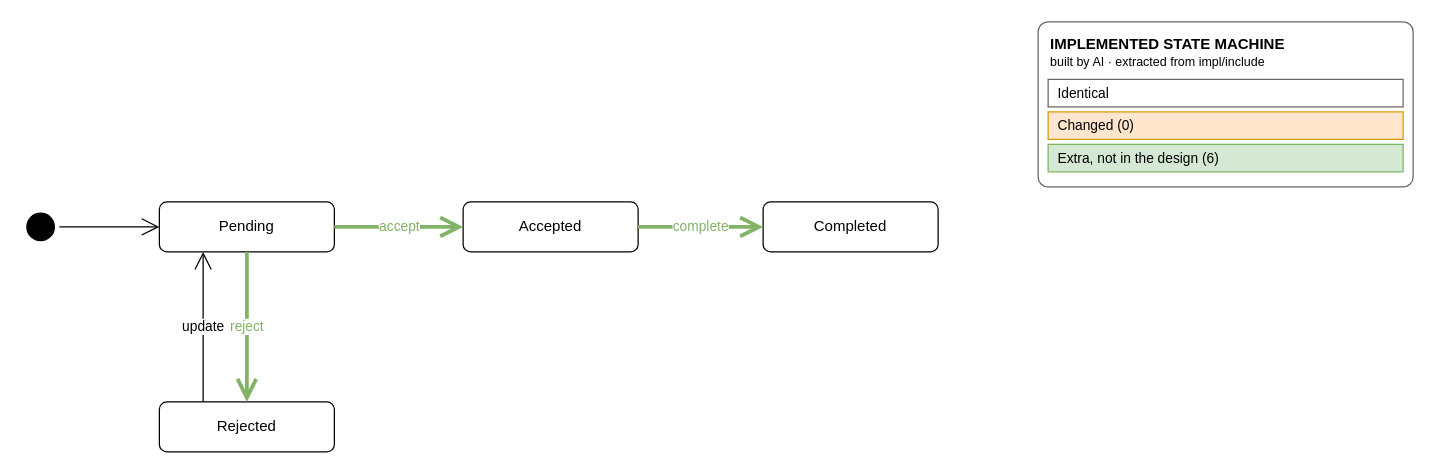
This is page "2 - Implemented (AI)" (2 of 2) of project/diagrams/output/state-request-comparison.drawio from Hoglar/specDrivenDev, a draw.io file, before an edit. Source tidied: cells renumbered, new cells numbered last; positions are measured from the earlier drawing's top-left corner, leaving out a move shared by most shapes. Both pictures are drawn from the tidied source at 125%, with x=0, y=0 at pixel (21, 21).
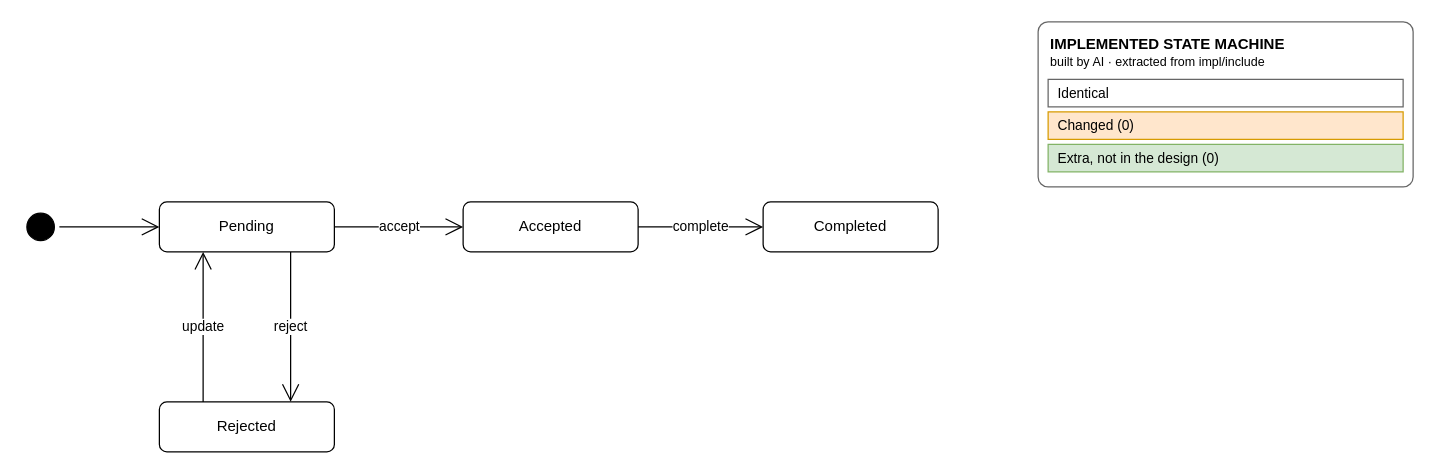
The same page after the edit.

Change to the diagram source:
```diff
@@
 <mxGraphModel>
   <root>
     <mxCell id="0" />
     <mxCell id="1" parent="0" />
     <mxCell id="2" value="Pending" style="rounded=1;whiteSpace=wrap;html=1;" parent="1" vertex="1">
       <mxGeometry x="110" y="144" width="140" height="40" as="geometry" />
     </mxCell>
     <mxCell id="3" value="Rejected" style="rounded=1;whiteSpace=wrap;html=1;" parent="1" vertex="1">
       <mxGeometry x="110" y="304" width="140" height="40" as="geometry" />
     </mxCell>
     <mxCell id="4" value="Accepted" style="rounded=1;whiteSpace=wrap;html=1;" parent="1" vertex="1">
       <mxGeometry x="353" y="144" width="140" height="40" as="geometry" />
     </mxCell>
     <mxCell id="5" value="Completed" style="rounded=1;whiteSpace=wrap;html=1;" parent="1" vertex="1">
       <mxGeometry x="593" y="144" width="140" height="40" as="geometry" />
     </mxCell>
     <mxCell id="6" style="ellipse;html=1;shape=startState;fillColor=#000000;strokeColor=#000000;" parent="1" vertex="1">
       <mxGeometry y="149" width="30" height="30" as="geometry" />
     </mxCell>
     <mxCell id="7" style="html=1;rounded=0;edgeStyle=none;endArrow=open;endSize=12;" parent="1" edge="1" source="6" target="2">
       <mxGeometry relative="1" as="geometry" />
     </mxCell>
-    <mxCell id="8" value="accept" style="html=1;rounded=0;edgeStyle=orthogonalEdgeStyle;endArrow=open;endSize=12;exitX=1;exitY=0.5000;entryX=0;entryY=0.5000;strokeColor=#82b366;strokeWidth=3;fontColor=#82b366;" parent="1" edge="1" source="2" target="4">
+    <mxCell id="8" value="accept" style="html=1;rounded=0;edgeStyle=none;endArrow=open;endSize=12;" parent="1" edge="1" source="2" target="4">
       <mxGeometry relative="1" as="geometry" />
     </mxCell>
-    <mxCell id="9" value="reject" style="html=1;rounded=0;edgeStyle=orthogonalEdgeStyle;endArrow=open;endSize=12;exitX=0.5000;exitY=1;entryX=0.5000;entryY=0;strokeColor=#82b366;strokeWidth=3;fontColor=#82b366;" parent="1" edge="1" source="2" target="3">
+    <mxCell id="9" value="reject" style="html=1;rounded=0;edgeStyle=orthogonalEdgeStyle;endArrow=open;endSize=12;exitX=0.75;exitY=1;exitDx=0;exitDy=0;entryX=0.75;entryY=0;entryDx=0;entryDy=0;" parent="1" edge="1" source="2" target="3">
       <mxGeometry relative="1" as="geometry" />
     </mxCell>
-    <mxCell id="10" value="complete" style="html=1;rounded=0;edgeStyle=orthogonalEdgeStyle;endArrow=open;endSize=12;exitX=1;exitY=0.5000;entryX=0;entryY=0.5000;strokeColor=#82b366;strokeWidth=3;fontColor=#82b366;" parent="1" edge="1" source="4" target="5">
+    <mxCell id="10" value="complete" style="html=1;rounded=0;edgeStyle=none;endArrow=open;endSize=12;" parent="1" edge="1" source="4" target="5">
       <mxGeometry relative="1" as="geometry" />
     </mxCell>
     <mxCell id="11" value="update" style="html=1;rounded=0;edgeStyle=none;endArrow=open;endSize=12;exitX=0.25;exitY=0;exitDx=0;exitDy=0;entryX=0.25;entryY=1;entryDx=0;entryDy=0;" parent="1" edge="1" source="3" target="2">
       <mxGeometry relative="1" as="geometry" />
     </mxCell>
     <mxCell id="12" value="&lt;b&gt;IMPLEMENTED STATE MACHINE&lt;/b&gt;&lt;br&gt;&lt;font style=&quot;font-size:10px&quot;&gt;built by AI · extracted from impl/include&lt;/font&gt;" style="rounded=1;arcSize=6;whiteSpace=wrap;html=1;align=left;verticalAlign=top;spacingLeft=8;spacingTop=4;fillColor=#ffffff;strokeColor=#666666;" parent="1" vertex="1">
       <mxGeometry x="813" width="300" height="132" as="geometry" />
     </mxCell>
     <mxCell id="13" value="Identical" style="rounded=0;whiteSpace=wrap;html=1;align=left;spacingLeft=6;fontSize=11;fillColor=#ffffff;strokeColor=#666666;" parent="12" vertex="1">
       <mxGeometry x="8" y="46" width="284" height="22" as="geometry" />
     </mxCell>
     <mxCell id="14" value="Changed (0)" style="rounded=0;whiteSpace=wrap;html=1;align=left;spacingLeft=6;fontSize=11;fillColor=#ffe6cc;strokeColor=#d79b00;" parent="12" vertex="1">
       <mxGeometry x="8" y="72" width="284" height="22" as="geometry" />
     </mxCell>
-    <mxCell id="15" value="Extra, not in the design (6)" style="rounded=0;whiteSpace=wrap;html=1;align=left;spacingLeft=6;fontSize=11;fillColor=#d5e8d4;strokeColor=#82b366;" parent="12" vertex="1">
+    <mxCell id="15" value="Extra, not in the design (0)" style="rounded=0;whiteSpace=wrap;html=1;align=left;spacingLeft=6;fontSize=11;fillColor=#d5e8d4;strokeColor=#82b366;" parent="12" vertex="1">
       <mxGeometry x="8" y="98" width="284" height="22" as="geometry" />
     </mxCell>
   </root>
 </mxGraphModel>
```
